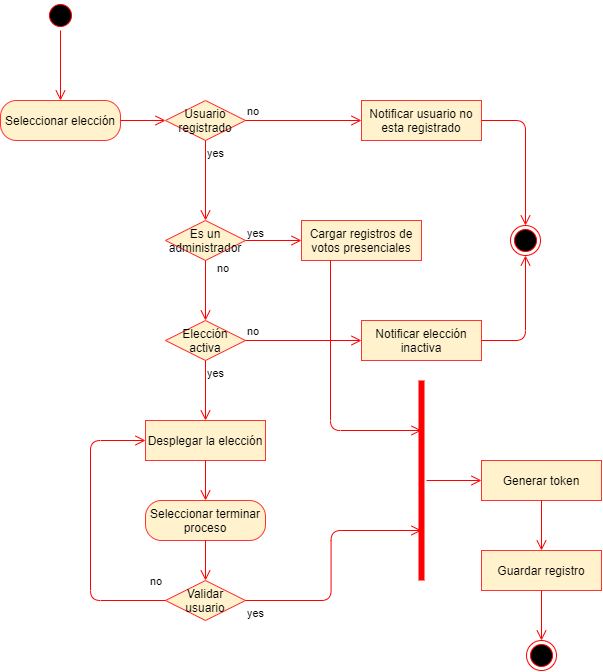
This is DiagramaEmisionVoto/DiagramaEmisionVoto.png from valdezpjose/Sa-Grupo2, a draw.io export, as it was before one commit. Source tidied: cells renumbered, new cells last; positions are measured from the earlier drawing's top-left corner, leaving out a move shared by most shapes.
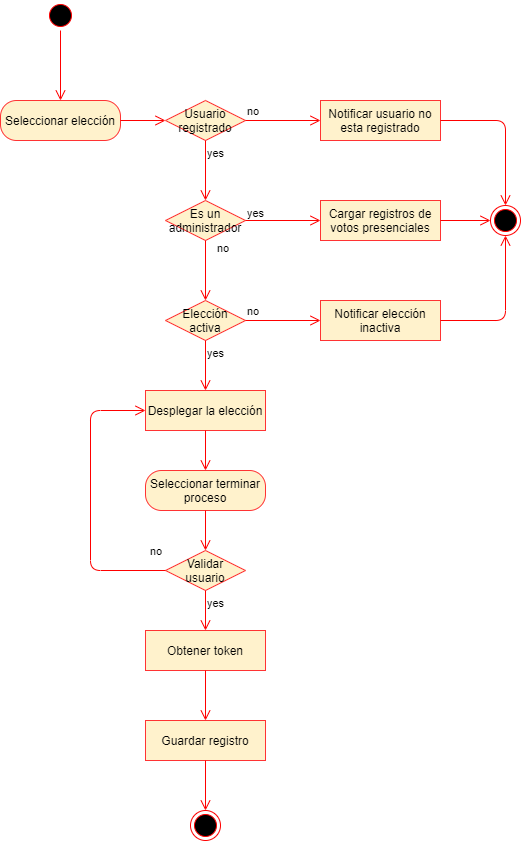
The same diagram one commit later.

Commit message:
logo agregado y diagrama arreglado

Diff of the diagram source:
```diff
@@ -9,7 +9,7 @@
       <mxGeometry relative="1" as="geometry" />
     </mxCell>
     <mxCell id="4" value="Elección activa" style="rhombus;whiteSpace=wrap;html=1;fillColor=#fff2cc;strokeColor=#FF3333;" parent="1" vertex="1">
-      <mxGeometry x="165" y="320" width="80" height="40" as="geometry" />
+      <mxGeometry x="165" y="300" width="80" height="40" as="geometry" />
     </mxCell>
     <mxCell id="5" value="no" style="edgeStyle=orthogonalEdgeStyle;html=1;align=left;verticalAlign=bottom;endArrow=open;endSize=8;strokeColor=#ff0000;" parent="1" edge="1" source="4" target="7">
       <mxGeometry x="-1" relative="1" as="geometry" />
@@ -18,7 +18,7 @@
       <mxGeometry x="-1" relative="1" as="geometry" />
     </mxCell>
     <mxCell id="7" value="Notificar elección inactiva" style="whiteSpace=wrap;html=1;arcSize=40;fillColor=#fff2cc;strokeColor=#FF3333;" parent="1" vertex="1">
-      <mxGeometry x="361" y="320" width="120" height="40" as="geometry" />
+      <mxGeometry x="320" y="300" width="120" height="40" as="geometry" />
     </mxCell>
     <mxCell id="8" style="edgeStyle=orthogonalEdgeStyle;html=1;verticalAlign=bottom;endArrow=open;endSize=8;strokeColor=#ff0000;entryX=0.5;entryY=1;entryDx=0;entryDy=0;" parent="1" edge="1" source="7" target="12">
       <mxGeometry relative="1" as="geometry" />
@@ -33,20 +33,20 @@
       <mxGeometry x="-1" relative="1" as="geometry" />
     </mxCell>
     <mxCell id="12" style="ellipse;html=1;shape=endState;fillColor=#000000;strokeColor=#ff0000;" parent="1" vertex="1">
-      <mxGeometry x="510" y="225" width="30" height="30" as="geometry" />
+      <mxGeometry x="490" y="205" width="30" height="30" as="geometry" />
     </mxCell>
     <mxCell id="13" value="Notificar usuario no esta registrado" style="whiteSpace=wrap;html=1;arcSize=40;fillColor=#fff2cc;strokeColor=#FF3333;" parent="1" vertex="1">
-      <mxGeometry x="361" y="100" width="120" height="40" as="geometry" />
+      <mxGeometry x="320" y="100" width="120" height="40" as="geometry" />
     </mxCell>
     <mxCell id="14" style="edgeStyle=orthogonalEdgeStyle;html=1;verticalAlign=bottom;endArrow=open;endSize=8;strokeColor=#ff0000;entryX=0.5;entryY=0;entryDx=0;entryDy=0;" parent="1" edge="1" source="13" target="12">
       <mxGeometry relative="1" as="geometry">
         <Array as="points">
-          <mxPoint x="525" y="120" />
+          <mxPoint x="505" y="120" />
         </Array>
       </mxGeometry>
     </mxCell>
     <mxCell id="15" value="Es un administrador" style="rhombus;whiteSpace=wrap;html=1;fillColor=#fff2cc;strokeColor=#FF3333;" parent="1" vertex="1">
-      <mxGeometry x="165" y="220" width="80" height="40" as="geometry" />
+      <mxGeometry x="165" y="200" width="80" height="40" as="geometry" />
     </mxCell>
     <mxCell id="16" value="no" style="edgeStyle=orthogonalEdgeStyle;html=1;align=left;verticalAlign=bottom;endArrow=open;endSize=8;strokeColor=#ff0000;exitX=0.5;exitY=1;exitDx=0;exitDy=0;entryX=0.5;entryY=0;entryDx=0;entryDy=0;" parent="1" edge="1" source="15" target="4">
       <mxGeometry x="-0.43" y="10" relative="1" as="geometry" />
@@ -55,42 +55,37 @@
       <mxGeometry x="-1" y="20" relative="1" as="geometry" />
     </mxCell>
     <mxCell id="18" value="Cargar registros de votos presenciales" style="whiteSpace=wrap;html=1;arcSize=40;fillColor=#fff2cc;strokeColor=#FF3333;" parent="1" vertex="1">
-      <mxGeometry x="301" y="220" width="120" height="40" as="geometry" />
+      <mxGeometry x="320" y="200" width="120" height="40" as="geometry" />
     </mxCell>
-    <mxCell id="19" style="edgeStyle=orthogonalEdgeStyle;html=1;verticalAlign=bottom;endArrow=open;endSize=8;strokeColor=#ff0000;entryX=0.75;entryY=0.5;entryDx=0;entryDy=0;entryPerimeter=0;" parent="1" edge="1" source="18" target="27">
+    <mxCell id="19" style="edgeStyle=orthogonalEdgeStyle;html=1;verticalAlign=bottom;endArrow=open;endSize=8;strokeColor=#ff0000;entryX=0;entryY=0.5;entryDx=0;entryDy=0;" parent="1" edge="1" source="18" target="12">
       <mxGeometry relative="1" as="geometry">
         <Array as="points">
-          <mxPoint x="330" y="430" />
+          <mxPoint x="490" y="220" />
+          <mxPoint x="490" y="220" />
         </Array>
       </mxGeometry>
     </mxCell>
     <mxCell id="20" value="Desplegar la elección" style="whiteSpace=wrap;html=1;arcSize=40;fillColor=#fff2cc;strokeColor=#FF3333;" parent="1" vertex="1">
-      <mxGeometry x="145" y="420" width="120" height="40" as="geometry" />
+      <mxGeometry x="145" y="390" width="120" height="40" as="geometry" />
     </mxCell>
     <mxCell id="21" style="edgeStyle=orthogonalEdgeStyle;html=1;verticalAlign=bottom;endArrow=open;endSize=8;strokeColor=#ff0000;" parent="1" edge="1" source="20" target="31">
       <mxGeometry relative="1" as="geometry" />
     </mxCell>
-    <mxCell id="22" value="Generar token" style="whiteSpace=wrap;html=1;arcSize=40;fillColor=#fff2cc;strokeColor=#FF3333;" parent="1" vertex="1">
-      <mxGeometry x="481" y="460" width="120" height="40" as="geometry" />
+    <mxCell id="22" value="Obtener token" style="whiteSpace=wrap;html=1;arcSize=40;fillColor=#fff2cc;strokeColor=#FF3333;" parent="1" vertex="1">
+      <mxGeometry x="145" y="630" width="120" height="40" as="geometry" />
     </mxCell>
     <mxCell id="23" style="edgeStyle=orthogonalEdgeStyle;html=1;verticalAlign=bottom;endArrow=open;endSize=8;strokeColor=#ff0000;" parent="1" edge="1" source="22" target="24">
       <mxGeometry relative="1" as="geometry" />
     </mxCell>
     <mxCell id="24" value="Guardar registro" style="whiteSpace=wrap;html=1;arcSize=40;fillColor=#fff2cc;strokeColor=#FF3333;" parent="1" vertex="1">
-      <mxGeometry x="481" y="550" width="120" height="40" as="geometry" />
+      <mxGeometry x="145" y="720" width="120" height="40" as="geometry" />
     </mxCell>
     <mxCell id="25" style="edgeStyle=orthogonalEdgeStyle;html=1;verticalAlign=bottom;endArrow=open;endSize=8;strokeColor=#ff0000;entryX=0.5;entryY=0;entryDx=0;entryDy=0;" parent="1" edge="1" source="24" target="26">
       <mxGeometry relative="1" as="geometry" />
     </mxCell>
     <mxCell id="26" style="ellipse;html=1;shape=endState;fillColor=#000000;strokeColor=#ff0000;" parent="1" vertex="1">
-      <mxGeometry x="526" y="640" width="30" height="30" as="geometry" />
+      <mxGeometry x="190" y="810" width="30" height="30" as="geometry" />
     </mxCell>
-    <mxCell id="27" style="shape=line;html=1;strokeWidth=6;strokeColor=#ff0000;rotation=-90;" parent="1" vertex="1">
-      <mxGeometry x="321" y="475" width="200" height="10" as="geometry" />
-    </mxCell>
-    <mxCell id="28" style="edgeStyle=orthogonalEdgeStyle;html=1;verticalAlign=bottom;endArrow=open;endSize=8;strokeColor=#ff0000;entryX=0;entryY=0.5;entryDx=0;entryDy=0;" parent="1" edge="1" source="27" target="22">
-      <mxGeometry relative="1" as="geometry" />
-    </mxCell>
     <mxCell id="29" value="Seleccionar elección" style="rounded=1;whiteSpace=wrap;html=1;arcSize=40;fillColor=#fff2cc;strokeColor=#FF3333;" parent="1" vertex="1">
       <mxGeometry y="100" width="120" height="40" as="geometry" />
     </mxCell>
@@ -98,24 +93,24 @@
       <mxGeometry relative="1" as="geometry" />
     </mxCell>
     <mxCell id="31" value="Seleccionar terminar proceso" style="rounded=1;whiteSpace=wrap;html=1;arcSize=40;fillColor=#fff2cc;strokeColor=#FF3333;" parent="1" vertex="1">
-      <mxGeometry x="145" y="500" width="120" height="40" as="geometry" />
+      <mxGeometry x="145" y="470" width="120" height="40" as="geometry" />
     </mxCell>
     <mxCell id="32" style="edgeStyle=orthogonalEdgeStyle;html=1;verticalAlign=bottom;endArrow=open;endSize=8;strokeColor=#ff0000;" parent="1" edge="1" source="31" target="33">
       <mxGeometry relative="1" as="geometry" />
     </mxCell>
     <mxCell id="33" value="Validar usuario" style="rhombus;whiteSpace=wrap;html=1;fillColor=#fff2cc;strokeColor=#FF3333;" parent="1" vertex="1">
-      <mxGeometry x="165" y="580" width="80" height="40" as="geometry" />
+      <mxGeometry x="165" y="550" width="80" height="40" as="geometry" />
     </mxCell>
     <mxCell id="34" value="no" style="edgeStyle=orthogonalEdgeStyle;html=1;align=left;verticalAlign=bottom;endArrow=open;endSize=8;strokeColor=#ff0000;entryX=0;entryY=0.5;entryDx=0;entryDy=0;exitX=0;exitY=0.5;exitDx=0;exitDy=0;" parent="1" edge="1" source="33" target="20">
       <mxGeometry x="-0.89" y="-10" relative="1" as="geometry">
         <Array as="points">
-          <mxPoint x="90" y="600" />
-          <mxPoint x="90" y="440" />
+          <mxPoint x="90" y="570" />
+          <mxPoint x="90" y="410" />
         </Array>
         <mxPoint x="-1" as="offset" />
       </mxGeometry>
     </mxCell>
-    <mxCell id="35" value="yes" style="edgeStyle=orthogonalEdgeStyle;html=1;align=left;verticalAlign=top;endArrow=open;endSize=8;strokeColor=#ff0000;entryX=0.25;entryY=0.5;entryDx=0;entryDy=0;entryPerimeter=0;" parent="1" edge="1" source="33" target="27">
+    <mxCell id="35" value="yes" style="edgeStyle=orthogonalEdgeStyle;html=1;align=left;verticalAlign=top;endArrow=open;endSize=8;strokeColor=#ff0000;" parent="1" edge="1" source="33" target="22">
       <mxGeometry x="-1" relative="1" as="geometry" />
     </mxCell>
   </root>
```
